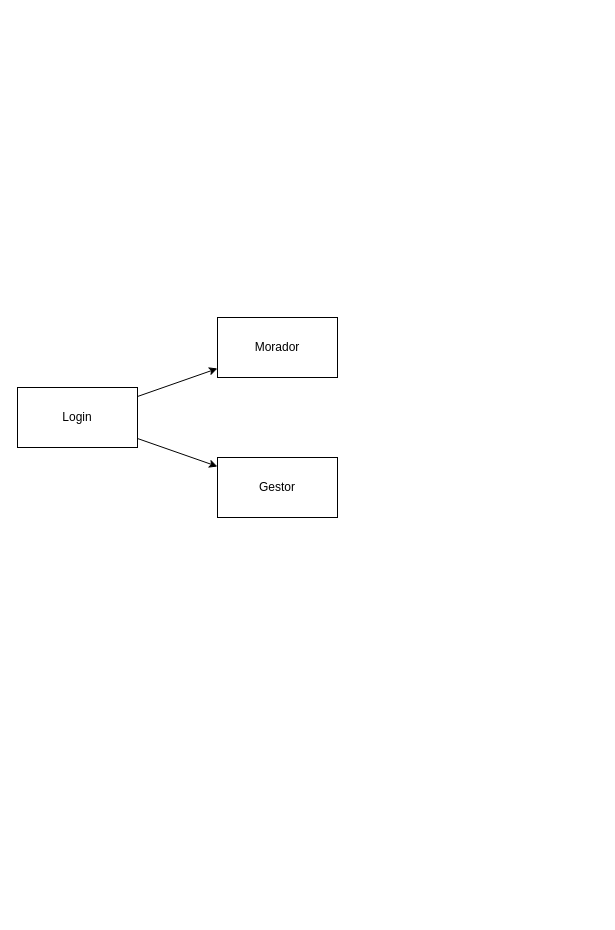
This is fluxograma.drawio from viniciuslidington/CondominiumManagementProject, a draw.io file, before an edit. Source tidied: cells renumbered, new cells numbered last; positions are measured from the earlier drawing's top-left corner, leaving out a move shared by most shapes. Both pictures are drawn from the tidied source at 100%, with x=0, y=0 at pixel (17, 317).
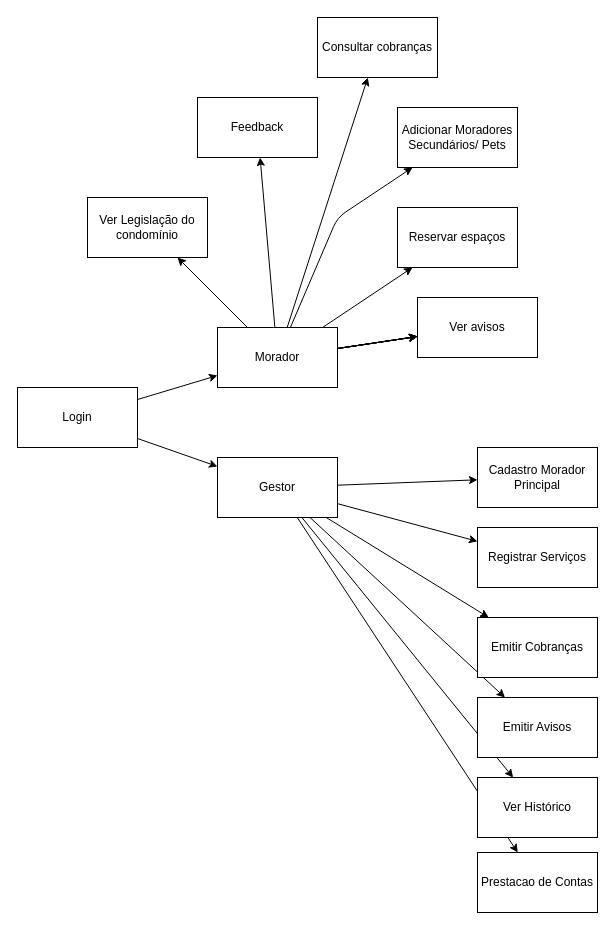
Above is the later version.

Commit message:
fluxograma completo

Unchanged cells that the change refers to:
```xml
<mxCell id="6" value="Gestor&lt;br&gt;" style="whiteSpace=wrap;html=1;rounded=0;" parent="1" vertex="1">
  <mxGeometry x="200" y="140" width="120" height="60" as="geometry" />
</mxCell>
```

Change to the diagram source:
```diff
@@
+    <mxCell id="7" style="html=1;" parent="1" edge="1" source="5" target="24">
+      <mxGeometry relative="1" as="geometry">
+        <Array as="points">
+          <mxPoint x="320" y="-100" />
+        </Array>
+      </mxGeometry>
+    </mxCell>
+    <mxCell id="8" style="edgeStyle=none;html=1;" parent="1" edge="1" source="5" target="25">
+      <mxGeometry relative="1" as="geometry" />
+    </mxCell>
+    <mxCell id="9" style="edgeStyle=none;html=1;" parent="1" edge="1" source="5" target="26">
+      <mxGeometry relative="1" as="geometry" />
+    </mxCell>
+    <mxCell id="10" style="edgeStyle=none;html=1;" parent="1" edge="1" source="5" target="27">
+      <mxGeometry relative="1" as="geometry" />
+    </mxCell>
+    <mxCell id="11" style="edgeStyle=none;html=1;" parent="1" edge="1" source="5" target="27">
+      <mxGeometry relative="1" as="geometry" />
+    </mxCell>
+    <mxCell id="12" style="edgeStyle=none;html=1;" parent="1" edge="1" source="5" target="27">
+      <mxGeometry relative="1" as="geometry" />
+    </mxCell>
+    <mxCell id="13" style="edgeStyle=none;html=1;" parent="1" edge="1" source="5" target="27">
+      <mxGeometry relative="1" as="geometry" />
+    </mxCell>
+    <mxCell id="14" style="edgeStyle=none;html=1;" parent="1" edge="1" source="5" target="27">
+      <mxGeometry relative="1" as="geometry" />
+    </mxCell>
+    <mxCell id="15" style="edgeStyle=none;html=1;" parent="1" edge="1" source="5" target="27">
+      <mxGeometry relative="1" as="geometry" />
+    </mxCell>
+    <mxCell id="16" style="edgeStyle=none;html=1;" parent="1" edge="1" source="5" target="28">
+      <mxGeometry relative="1" as="geometry" />
+    </mxCell>
+    <mxCell id="17" style="edgeStyle=none;html=1;" parent="1" edge="1" source="5" target="29">
+      <mxGeometry relative="1" as="geometry" />
+    </mxCell>
     <mxCell id="5" value="Morador" style="whiteSpace=wrap;html=1;rounded=0;" parent="1" vertex="1">
-      <mxGeometry x="200" width="120" height="60" as="geometry" />
+      <mxGeometry x="200" y="10" width="120" height="60" as="geometry" />
     </mxCell>
+    <mxCell id="18" style="edgeStyle=none;html=1;" parent="1" edge="1" source="6" target="30">
+      <mxGeometry relative="1" as="geometry" />
+    </mxCell>
+    <mxCell id="19" style="edgeStyle=none;html=1;" parent="1" edge="1" source="6" target="31">
+      <mxGeometry relative="1" as="geometry" />
+    </mxCell>
+    <mxCell id="20" style="edgeStyle=none;html=1;" parent="1" edge="1" source="6" target="32">
+      <mxGeometry relative="1" as="geometry" />
+    </mxCell>
+    <mxCell id="21" style="edgeStyle=none;html=1;" parent="1" edge="1" source="6" target="33">
+      <mxGeometry relative="1" as="geometry" />
+    </mxCell>
+    <mxCell id="22" style="edgeStyle=none;html=1;" parent="1" edge="1" source="6" target="34">
+      <mxGeometry relative="1" as="geometry" />
+    </mxCell>
+    <mxCell id="23" style="edgeStyle=none;html=1;" parent="1" edge="1" source="6" target="35">
+      <mxGeometry relative="1" as="geometry" />
+    </mxCell>
@@
+    <mxCell id="24" value="Adicionar Moradores Secundários/ Pets" style="whiteSpace=wrap;html=1;rounded=0;" parent="1" vertex="1">
+      <mxGeometry x="380" y="-210" width="120" height="60" as="geometry" />
+    </mxCell>
+    <mxCell id="25" value="Reservar espaços" style="whiteSpace=wrap;html=1;rounded=0;" parent="1" vertex="1">
+      <mxGeometry x="380" y="-110" width="120" height="60" as="geometry" />
+    </mxCell>
+    <mxCell id="26" value="Consultar cobranças" style="whiteSpace=wrap;html=1;rounded=0;" parent="1" vertex="1">
+      <mxGeometry x="300" y="-300" width="120" height="60" as="geometry" />
+    </mxCell>
+    <mxCell id="27" value="Ver avisos" style="whiteSpace=wrap;html=1;rounded=0;" parent="1" vertex="1">
+      <mxGeometry x="400" y="-20" width="120" height="60" as="geometry" />
+    </mxCell>
+    <mxCell id="28" value="Feedback&lt;br&gt;" style="whiteSpace=wrap;html=1;rounded=0;" parent="1" vertex="1">
+      <mxGeometry x="180" y="-220" width="120" height="60" as="geometry" />
+    </mxCell>
+    <mxCell id="29" value="Ver Legislação do condomínio" style="whiteSpace=wrap;html=1;rounded=0;" parent="1" vertex="1">
+      <mxGeometry x="70" y="-120" width="120" height="60" as="geometry" />
+    </mxCell>
+    <mxCell id="30" value="Cadastro Morador Principal&lt;br&gt;" style="whiteSpace=wrap;html=1;rounded=0;" parent="1" vertex="1">
+      <mxGeometry x="460" y="130" width="120" height="60" as="geometry" />
+    </mxCell>
+    <mxCell id="31" value="Registrar Serviços" style="whiteSpace=wrap;html=1;rounded=0;" parent="1" vertex="1">
+      <mxGeometry x="460" y="210" width="120" height="60" as="geometry" />
+    </mxCell>
+    <mxCell id="32" value="Emitir Cobranças" style="whiteSpace=wrap;html=1;rounded=0;" parent="1" vertex="1">
+      <mxGeometry x="460" y="300" width="120" height="60" as="geometry" />
+    </mxCell>
+    <mxCell id="33" value="Emitir Avisos" style="whiteSpace=wrap;html=1;rounded=0;" parent="1" vertex="1">
+      <mxGeometry x="460" y="380" width="120" height="60" as="geometry" />
+    </mxCell>
+    <mxCell id="34" value="Ver Histórico" style="whiteSpace=wrap;html=1;rounded=0;" parent="1" vertex="1">
+      <mxGeometry x="460" y="460" width="120" height="60" as="geometry" />
+    </mxCell>
+    <mxCell id="35" value="Prestacao de Contas" style="whiteSpace=wrap;html=1;rounded=0;" parent="1" vertex="1">
+      <mxGeometry x="460" y="535" width="120" height="60" as="geometry" />
+    </mxCell>
```
